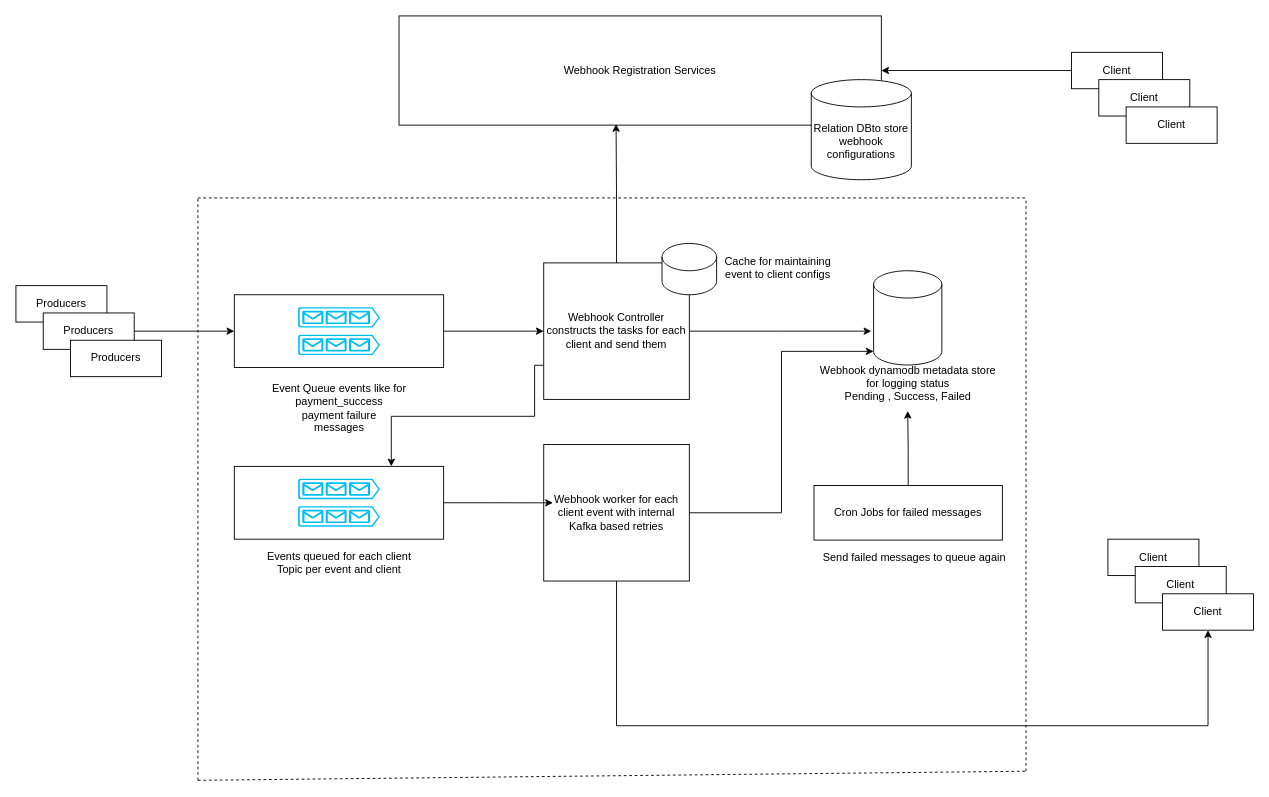
The draw.io diagram Webhook Design/Webhook design.drawio in anshul1790/system-design-playground, before the edit. Source tidied: cells renumbered, new cells numbered last; positions are measured from the earlier drawing's top-left corner, leaving out a move shared by most shapes. Both pictures are drawn from the tidied source at 91%, with x=0, y=0 at pixel (15, 15).
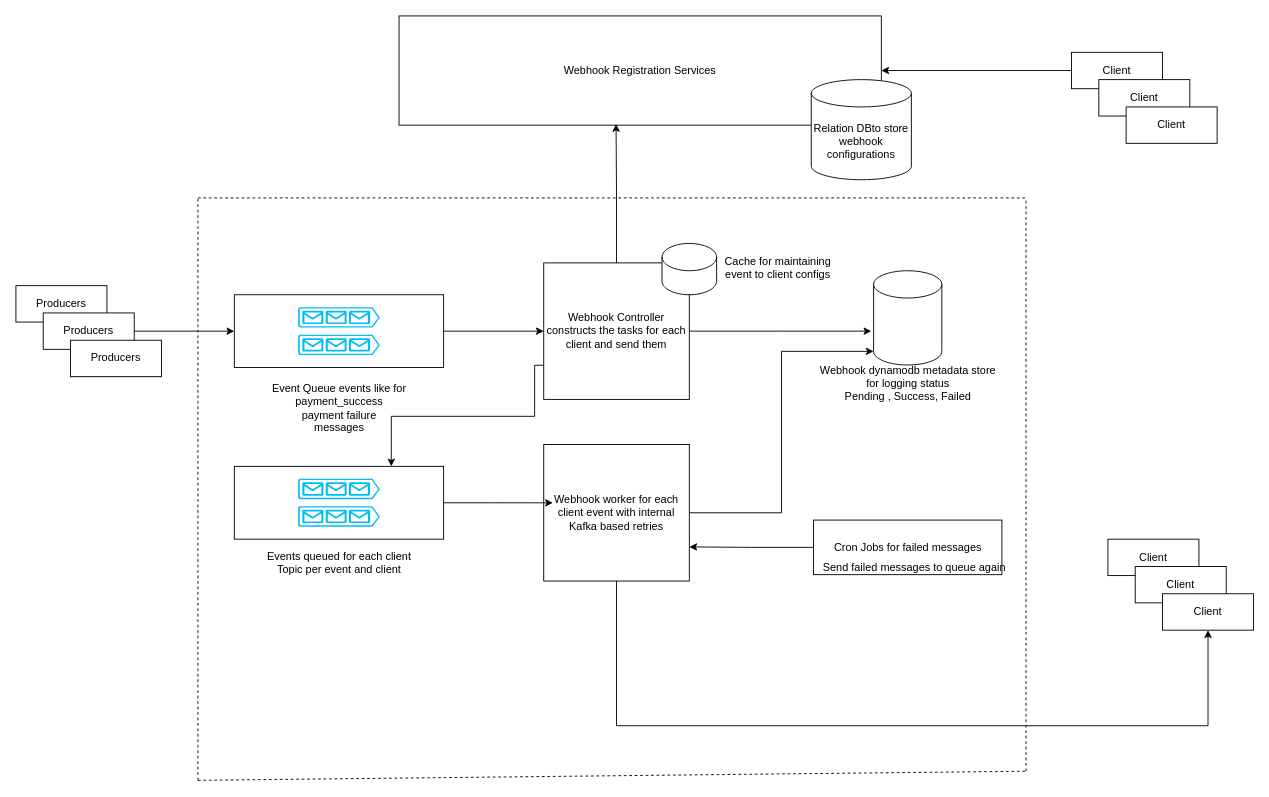
After the change.

Unchanged cells that the change refers to:
```xml
<mxCell id="27" value="Webhook worker for each client event with internal Kafka based retries" style="rounded=0;whiteSpace=wrap;html=1;" parent="1" vertex="1">
  <mxGeometry x="580" y="471" width="160" height="150" as="geometry" />
</mxCell>
<mxCell id="47" value="Webhook dynamodb metadata store&lt;div&gt;for logging status&lt;/div&gt;&lt;div&gt;Pending , Success, Failed&lt;/div&gt;" style="text;html=1;align=center;verticalAlign=middle;points=[];strokeColor=none;fillColor=none;" parent="45" vertex="1">
  <mxGeometry y="94" width="220" height="60" as="geometry" />
</mxCell>
```

Diff of the diagram source:
```diff
@@
-    <mxCell id="30" style="edgeStyle=orthogonalEdgeStyle;rounded=0;jettySize=auto;html=1;" parent="1" edge="1" source="31" target="47">
-      <mxGeometry relative="1" as="geometry" />
-    </mxCell>
+    <mxCell id="52" style="edgeStyle=orthogonalEdgeStyle;rounded=0;jettySize=auto;html=1;entryX=1;entryY=0.75;entryDx=0;entryDy=0;" parent="1" edge="1" source="31" target="27">
+      <mxGeometry relative="1" as="geometry" />
+    </mxCell>
     <mxCell id="31" value="Cron Jobs for failed messages" style="rounded=0;whiteSpace=wrap;html=1;" parent="1" vertex="1">
-      <mxGeometry x="877" y="516" width="207" height="60" as="geometry" />
+      <mxGeometry x="876.5" y="554" width="207" height="60" as="geometry" />
     </mxCell>
@@
     <mxCell id="36" value="Send failed messages to queue again" style="text;html=1;align=center;verticalAlign=middle;strokeColor=none;fillColor=none;" parent="1" vertex="1">
-      <mxGeometry x="876.5" y="581" width="220" height="30" as="geometry" />
+      <mxGeometry x="876.5" y="591" width="220" height="30" as="geometry" />
     </mxCell>
```
